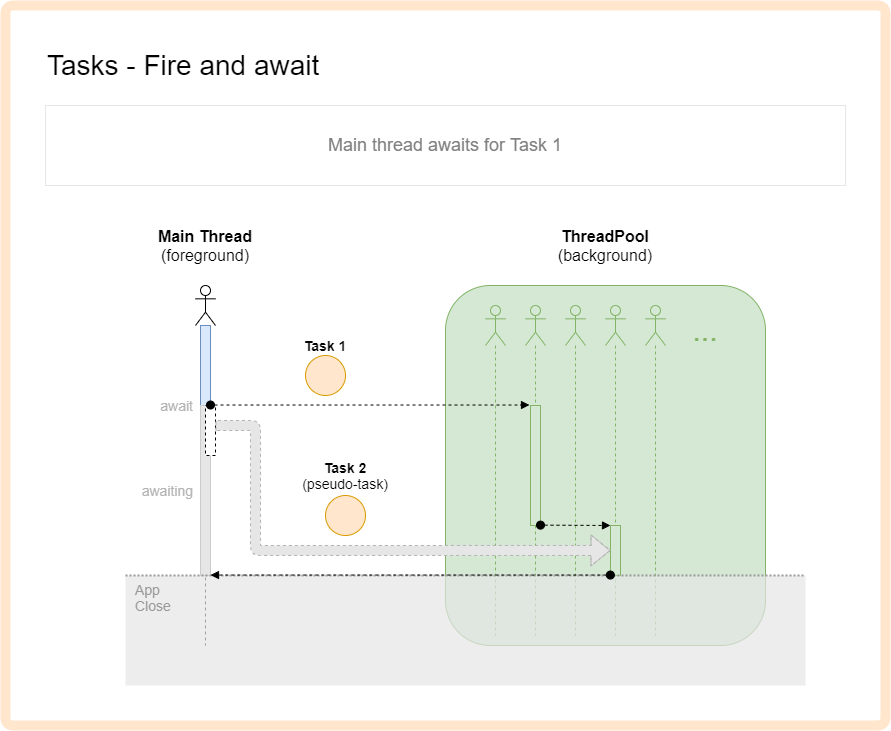
CSharp-Pills-15mg/Parallel-Evolution keeps this draw.io diagram as doc/diagrams/11 - tasks-04.drawio.png. Above is the earlier version. Source tidied: cells renumbered, new cells last; positions are measured from the earlier drawing's top-left corner, leaving out a move shared by most shapes.
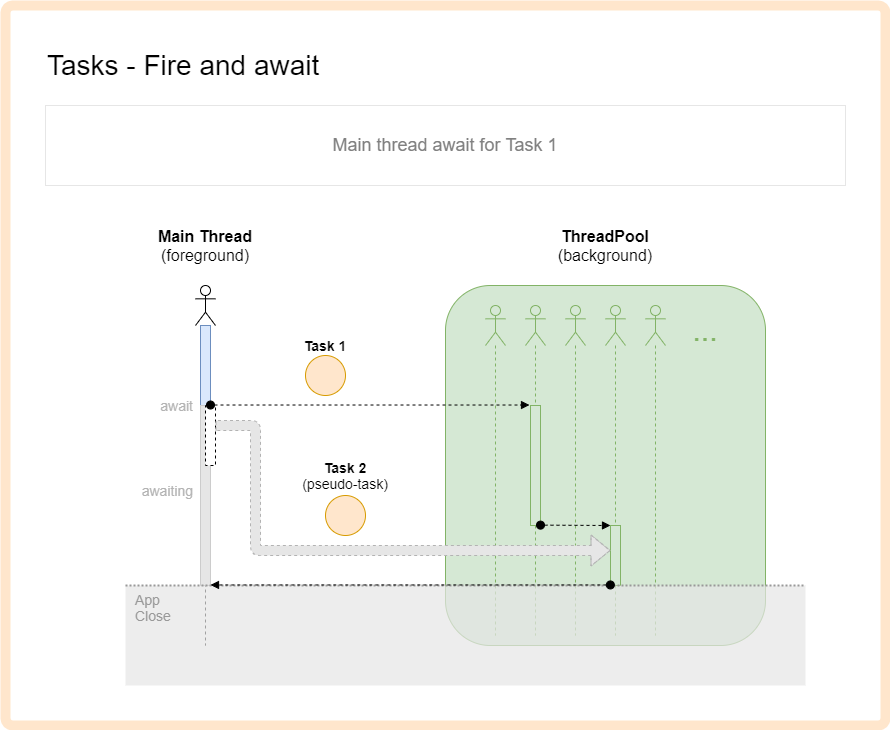
The same file after the commit.

The edit, as a diff of the source:
```diff
@@ -14,7 +14,7 @@
     <mxCell id="5" value="&lt;b style=&quot;font-size: 16px;&quot;&gt;Main Thread&lt;/b&gt;&lt;br style=&quot;font-size: 16px;&quot;&gt;(foreground)" style="text;html=1;strokeColor=none;fillColor=none;align=center;verticalAlign=middle;whiteSpace=wrap;rounded=0;fontSize=16;" parent="1" vertex="1">
       <mxGeometry x="140" y="230" width="120" height="20" as="geometry" />
     </mxCell>
-    <mxCell id="6" value="Main thread awaits for Task 1" style="text;html=1;fillColor=none;align=center;verticalAlign=middle;whiteSpace=wrap;rounded=0;fontSize=18;fontColor=#808080;strokeColor=#E6E6E6;" parent="1" vertex="1">
+    <mxCell id="6" value="Main thread await for Task 1" style="text;html=1;fillColor=none;align=center;verticalAlign=middle;whiteSpace=wrap;rounded=0;fontSize=18;fontColor=#808080;strokeColor=#E6E6E6;" parent="1" vertex="1">
       <mxGeometry x="40" y="100" width="800" height="80" as="geometry" />
     </mxCell>
     <mxCell id="7" value="Tasks - Fire and await" style="text;html=1;strokeColor=none;fillColor=none;align=left;verticalAlign=middle;whiteSpace=wrap;rounded=0;fontSize=28;" parent="1" vertex="1">
@@ -24,7 +24,7 @@
       <mxGeometry x="110" y="390" width="80" height="20" as="geometry" />
     </mxCell>
     <mxCell id="9" style="html=1;points=[];perimeter=orthogonalPerimeter;fontSize=18;align=left;fontColor=#333333;fillColor=#E6E6E6;strokeColor=#CCCCCC;" parent="1" vertex="1">
-      <mxGeometry x="195" y="400" width="10" height="170" as="geometry" />
+      <mxGeometry x="195" y="400" width="10" height="180" as="geometry" />
     </mxCell>
     <mxCell id="10" value="&lt;span&gt;awaiting&lt;/span&gt;" style="text;html=1;strokeColor=none;fillColor=none;align=right;verticalAlign=middle;whiteSpace=wrap;rounded=0;fontSize=14;fontStyle=0;fontColor=#B3B3B3;" parent="1" vertex="1">
       <mxGeometry x="110" y="475" width="80" height="20" as="geometry" />
@@ -33,7 +33,7 @@
       <mxGeometry x="290" y="460" width="100" height="20" as="geometry" />
     </mxCell>
     <mxCell id="12" style="html=1;points=[];perimeter=orthogonalPerimeter;fontSize=18;align=left;dashed=1;" parent="1" vertex="1">
-      <mxGeometry x="200" y="400" width="10" height="50" as="geometry" />
+      <mxGeometry x="200" y="400" width="10" height="60" as="geometry" />
     </mxCell>
     <mxCell id="13" value="&lt;b&gt;Task 1&lt;/b&gt;" style="text;html=1;strokeColor=none;fillColor=none;align=center;verticalAlign=middle;whiteSpace=wrap;rounded=0;fontSize=14;" parent="1" vertex="1">
       <mxGeometry x="280" y="330" width="80" height="20" as="geometry" />
@@ -60,7 +60,7 @@
       <mxGeometry x="160" y="20" width="20" height="330" as="geometry" />
     </mxCell>
     <mxCell id="21" style="html=1;points=[];perimeter=orthogonalPerimeter;fontSize=18;align=left;fillColor=#d5e8d4;strokeColor=#82b366;" parent="20" vertex="1">
-      <mxGeometry x="5" y="220" width="10" height="50" as="geometry" />
+      <mxGeometry x="5" y="220" width="10" height="60" as="geometry" />
     </mxCell>
     <mxCell id="22" style="shape=umlLifeline;participant=umlActor;perimeter=lifelinePerimeter;whiteSpace=wrap;html=1;verticalAlign=top;spacingTop=36;fontSize=18;align=left;fillColor=#d5e8d4;strokeColor=#82b366;" parent="15" vertex="1">
       <mxGeometry x="200" y="20" width="20" height="330" as="geometry" />
@@ -83,7 +83,7 @@
       </mxGeometry>
     </mxCell>
     <mxCell id="27" value="App&lt;br&gt;Close" style="rounded=0;whiteSpace=wrap;html=1;fontSize=14;align=left;strokeColor=none;fillColor=#E6E6E6;opacity=70;fontColor=#999999;verticalAlign=top;spacingLeft=8;" parent="1" vertex="1">
-      <mxGeometry x="120" y="570" width="680" height="110" as="geometry" />
+      <mxGeometry x="120" y="580" width="680" height="100" as="geometry" />
     </mxCell>
     <mxCell id="28" style="endArrow=none;dashed=1;html=1;dashPattern=1 1;strokeWidth=2;fontSize=14;strokeColor=#999999;entryX=1;entryY=0;entryDx=0;entryDy=0;exitX=0;exitY=0;exitDx=0;exitDy=0;" parent="1" edge="1" source="27" target="27">
       <mxGeometry relative="1" as="geometry" />
```
